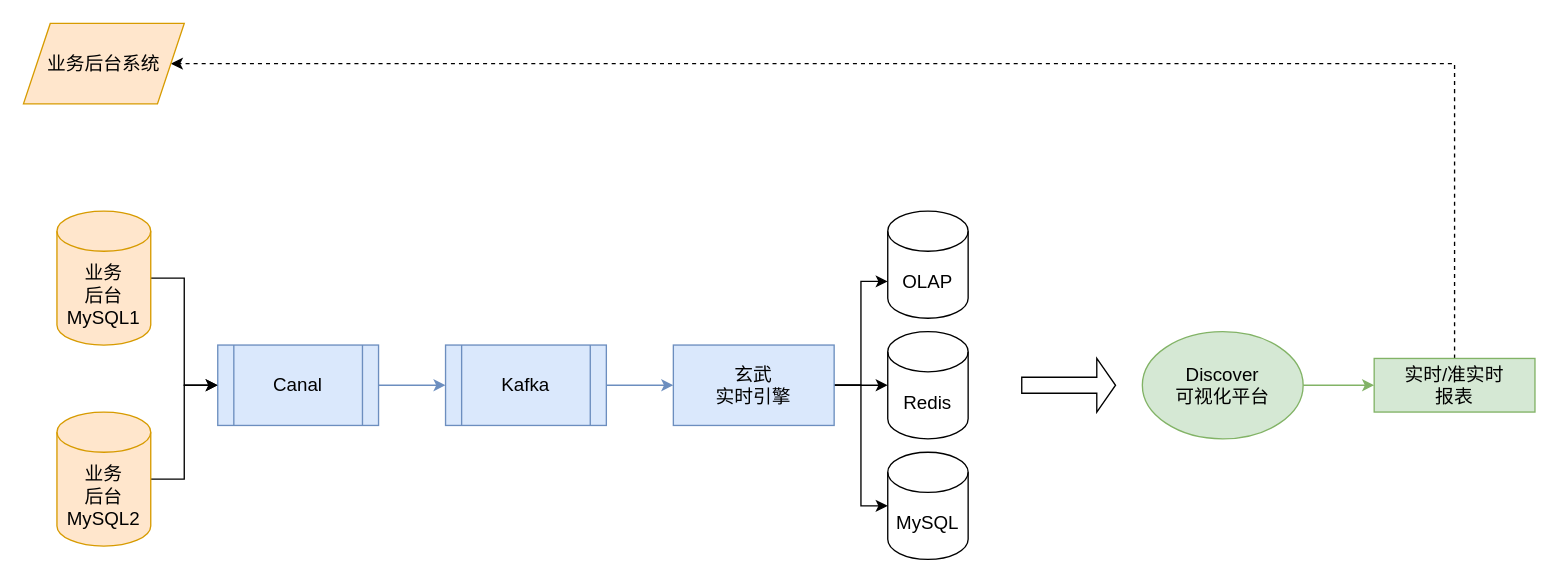
Before: 业务后台接入Discover实时报表方案.drawio in hongweilv-whu/flowCharts, a draw.io diagram. Source tidied: cells renumbered, new cells numbered last; positions are measured from the earlier drawing's top-left corner, leaving out a move shared by most shapes. Both pictures are drawn from the tidied source at 134%, with x=0, y=0 at pixel (23, 23).
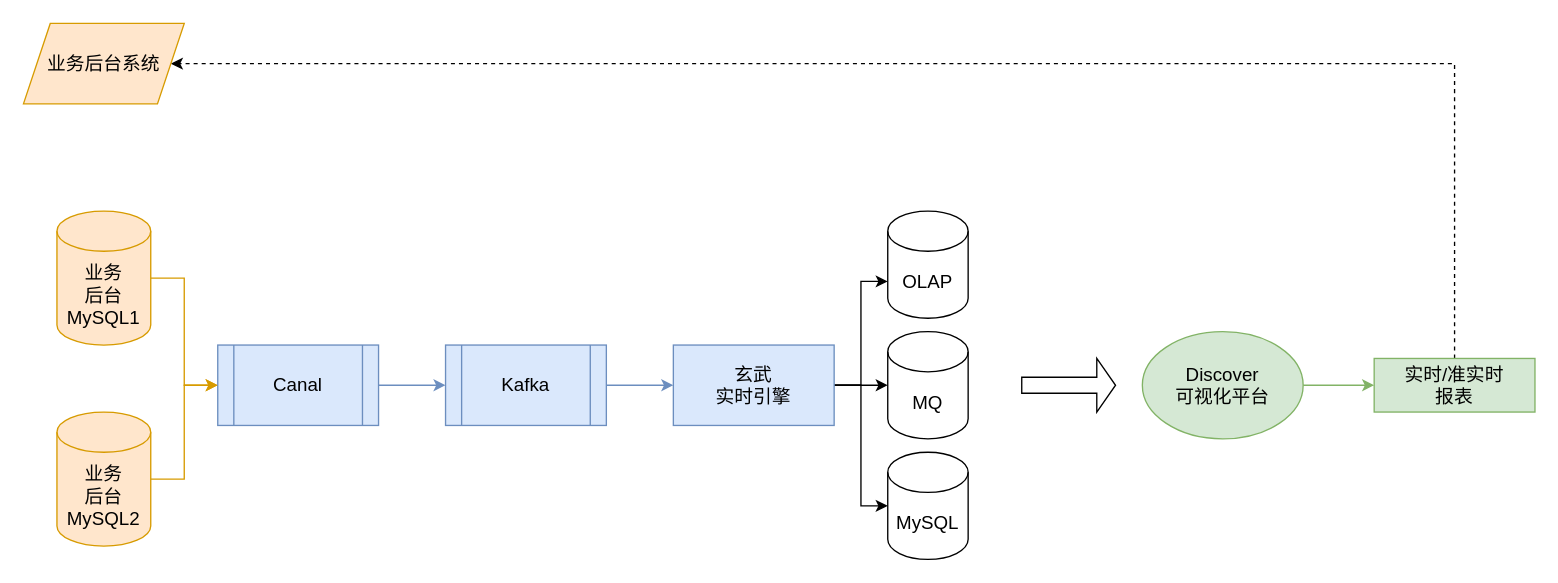
The same diagram, later.

Commit message:
更新业务后台接入Discover实时报表方案.drawio

Unchanged cells that the change refers to:
```xml
<mxCell id="3" value="&lt;font style=&quot;font-size: 14px&quot;&gt;业务&lt;br&gt;后台MySQL1&lt;/font&gt;" style="shape=cylinder3;whiteSpace=wrap;html=1;boundedLbl=1;backgroundOutline=1;size=15;fillColor=#ffe6cc;strokeColor=#d79b00;" parent="1" vertex="1">
  <mxGeometry x="25" y="140" width="70" height="100" as="geometry" />
</mxCell>
<mxCell id="5" value="Canal" style="shape=process;whiteSpace=wrap;html=1;backgroundOutline=1;fontSize=14;fillColor=#dae8fc;strokeColor=#6c8ebf;" parent="1" vertex="1">
  <mxGeometry x="145" y="240" width="120" height="60" as="geometry" />
</mxCell>
<mxCell id="7" value="&lt;font style=&quot;font-size: 14px&quot;&gt;业务&lt;br&gt;后台MySQL2&lt;/font&gt;" style="shape=cylinder3;whiteSpace=wrap;html=1;boundedLbl=1;backgroundOutline=1;size=15;fillColor=#ffe6cc;strokeColor=#d79b00;" parent="1" vertex="1">
  <mxGeometry x="25" y="290" width="70" height="100" as="geometry" />
</mxCell>
```

What changed in the source:
```diff
@@
-    <mxCell id="2" style="edgeStyle=orthogonalEdgeStyle;rounded=0;jettySize=auto;html=1;exitX=1;exitY=0.5;exitDx=0;exitDy=0;exitPerimeter=0;fontSize=14;" parent="1" edge="1" source="3" target="5">
+    <mxCell id="2" style="edgeStyle=orthogonalEdgeStyle;rounded=0;jettySize=auto;html=1;exitX=1;exitY=0.5;exitDx=0;exitDy=0;exitPerimeter=0;fontSize=14;fillColor=#ffe6cc;strokeColor=#d79b00;" parent="1" edge="1" source="3" target="5">
       <mxGeometry relative="1" as="geometry" />
     </mxCell>
@@
-    <mxCell id="6" style="edgeStyle=orthogonalEdgeStyle;rounded=0;jettySize=auto;html=1;exitX=1;exitY=0.5;exitDx=0;exitDy=0;exitPerimeter=0;entryX=0;entryY=0.5;entryDx=0;entryDy=0;fontSize=14;" parent="1" edge="1" source="7" target="5">
+    <mxCell id="6" style="edgeStyle=orthogonalEdgeStyle;rounded=0;jettySize=auto;html=1;exitX=1;exitY=0.5;exitDx=0;exitDy=0;exitPerimeter=0;entryX=0;entryY=0.5;entryDx=0;entryDy=0;fontSize=14;fillColor=#ffe6cc;strokeColor=#d79b00;" parent="1" edge="1" source="7" target="5">
       <mxGeometry relative="1" as="geometry" />
     </mxCell>
@@
-    <mxCell id="15" value="Redis" style="shape=cylinder3;whiteSpace=wrap;html=1;boundedLbl=1;backgroundOutline=1;size=15;fontSize=14;" parent="1" vertex="1">
+    <mxCell id="15" value="MQ" style="shape=cylinder3;whiteSpace=wrap;html=1;boundedLbl=1;backgroundOutline=1;size=15;fontSize=14;" parent="1" vertex="1">
       <mxGeometry x="645" y="230" width="60" height="80" as="geometry" />
     </mxCell>
```
